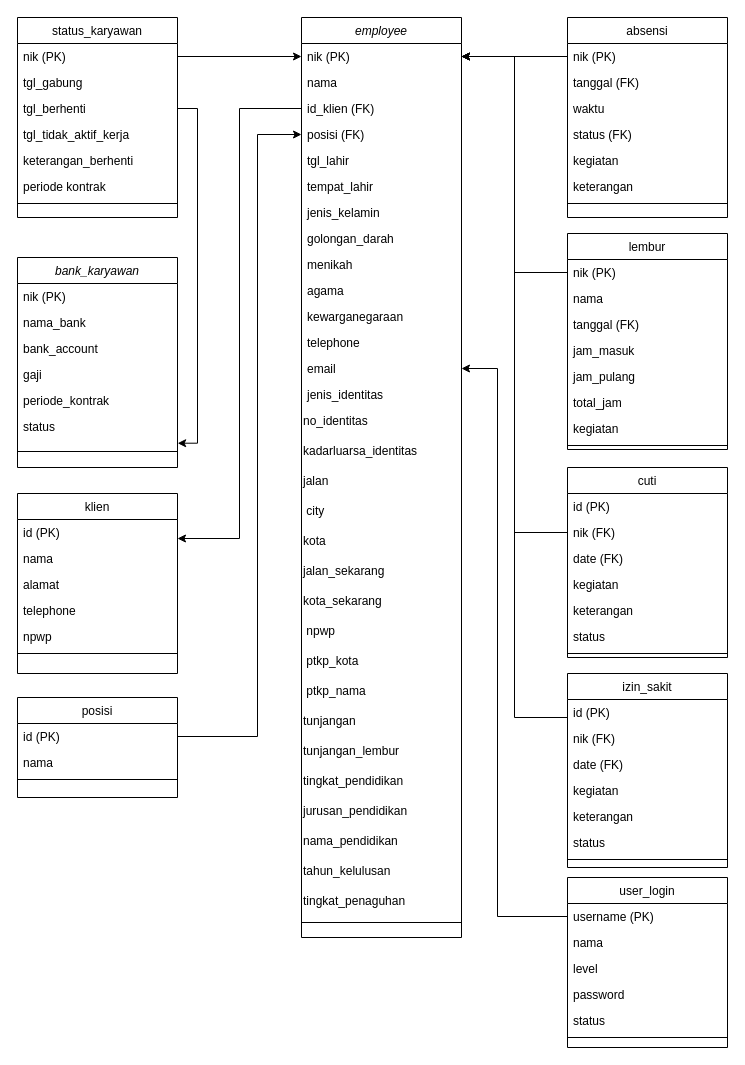
Above: page "LRS-data" (1 of 2) of Penulisan/ERD revisi sidang.drawio in w4hyud1/leni_karyawan (draw.io), before the change. Source tidied: cells renumbered, new cells numbered last; positions are measured from the earlier drawing's top-left corner, leaving out a move shared by most shapes. Both pictures are drawn from the tidied source at 100%, with x=0, y=0 at pixel (17, 17).
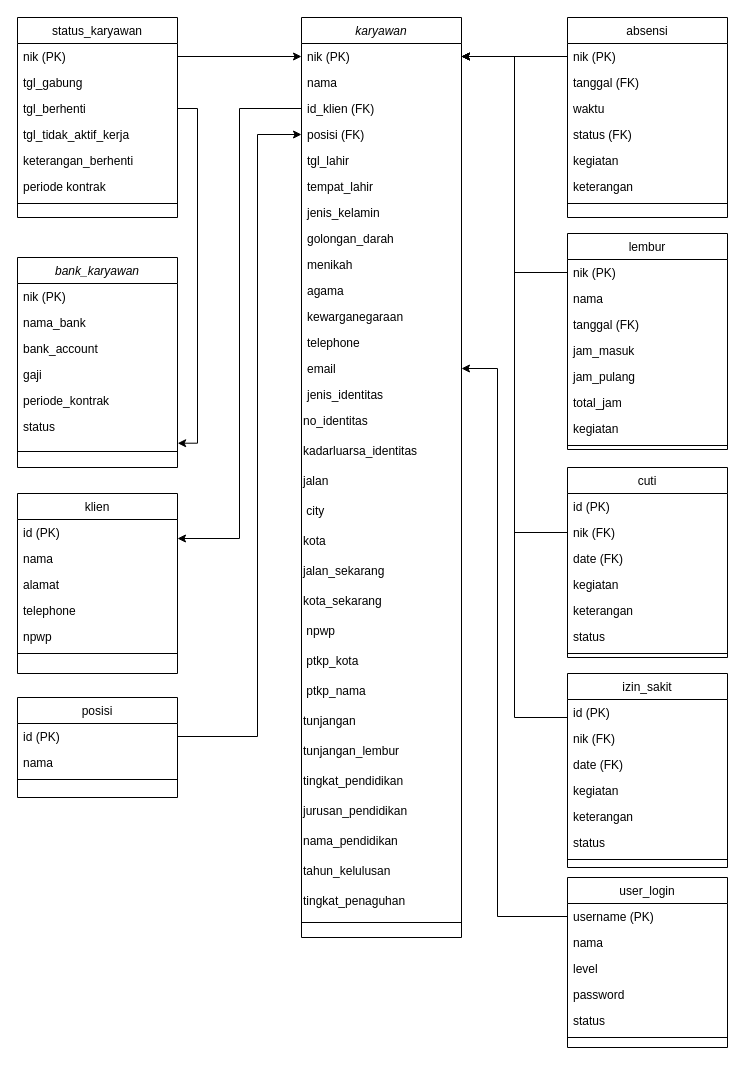
The same page after the edit.

Diff of the diagram source:
```diff
@@
-    <mxCell id="26" value="employee" style="swimlane;fontStyle=2;align=center;verticalAlign=top;horizontal=1;startSize=26;rounded=0;shadow=0;strokeWidth=1;" parent="1" vertex="1">
+    <mxCell id="26" value="karyawan" style="swimlane;fontStyle=2;align=center;verticalAlign=top;horizontal=1;startSize=26;rounded=0;shadow=0;strokeWidth=1;" parent="1" vertex="1">
       <mxGeometry x="284" width="160" height="920" as="geometry" />
     </mxCell>
```
